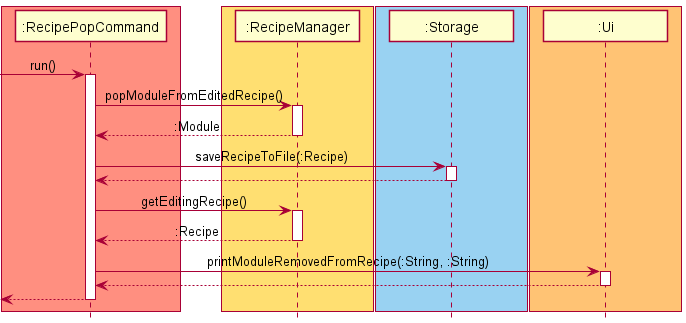
rizemon/tp keeps this PlantUML diagram as docs/images/dg/RecipePopCommand.png. Above is the earlier version.
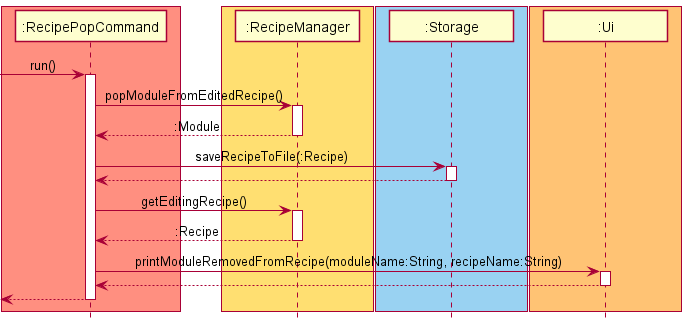
The same diagram one commit later.

Diff of the diagram source:
```diff
@@ -32,7 +32,7 @@
 RecipePopCommand <-- RecipeManager: :Recipe
 deactivate RecipeManager
 
-RecipePopCommand -> Ui: printModuleRemovedFromRecipe(:String, :String)
+RecipePopCommand -> Ui: printModuleRemovedFromRecipe(moduleName:String, recipeName:String)
 activate Ui
 RecipePopCommand <-- Ui
 deactivate Ui
```
